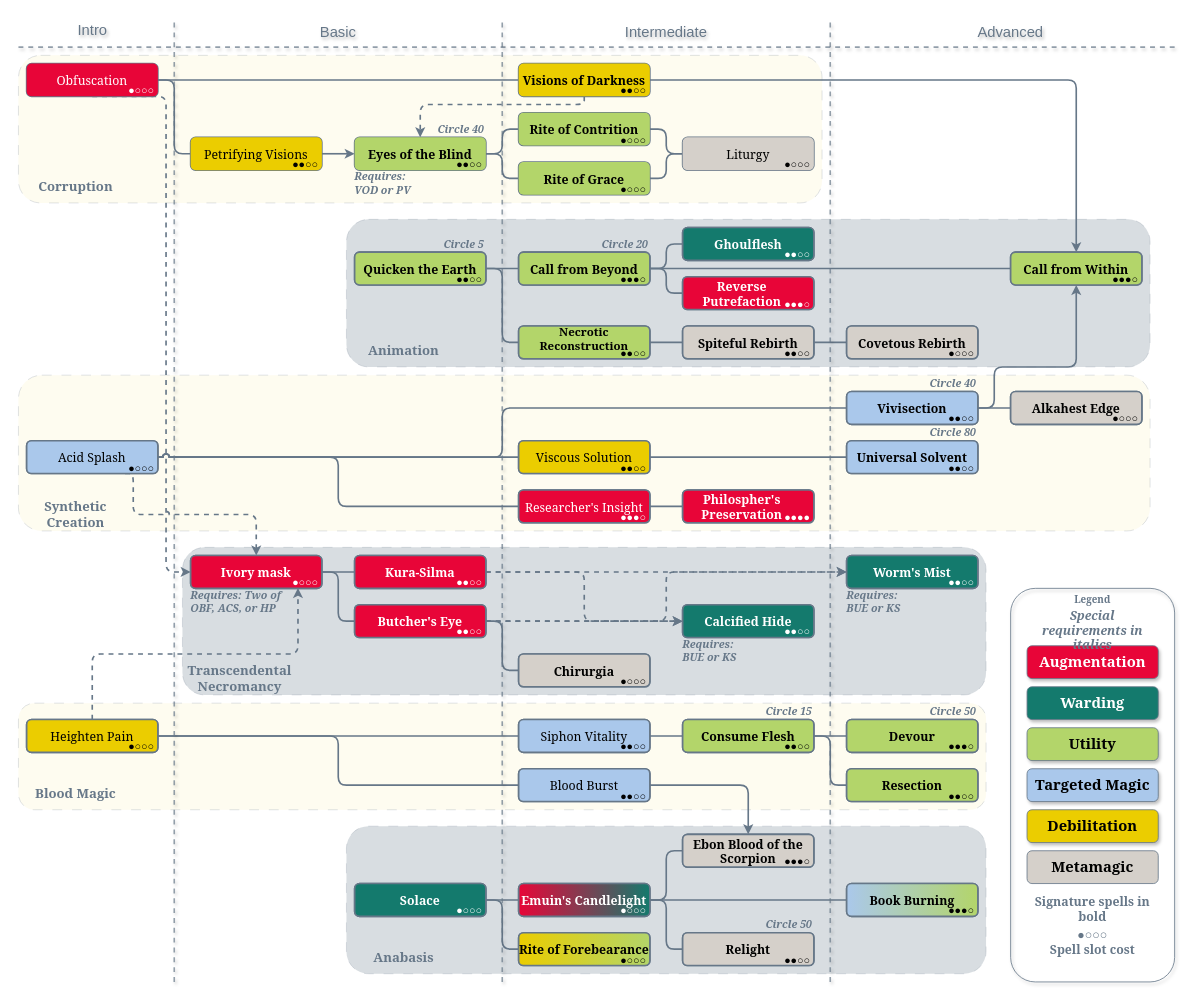
Before: Necromancer/Necromancer.drawio in MahtraDR/dr-spell-trees, a draw.io diagram. Source tidied: cells renumbered, new cells numbered last; positions are measured from the earlier drawing's top-left corner, leaving out a move shared by most shapes. Both pictures are drawn from the tidied source at 82%, with x=0, y=0 at pixel (18, 14).
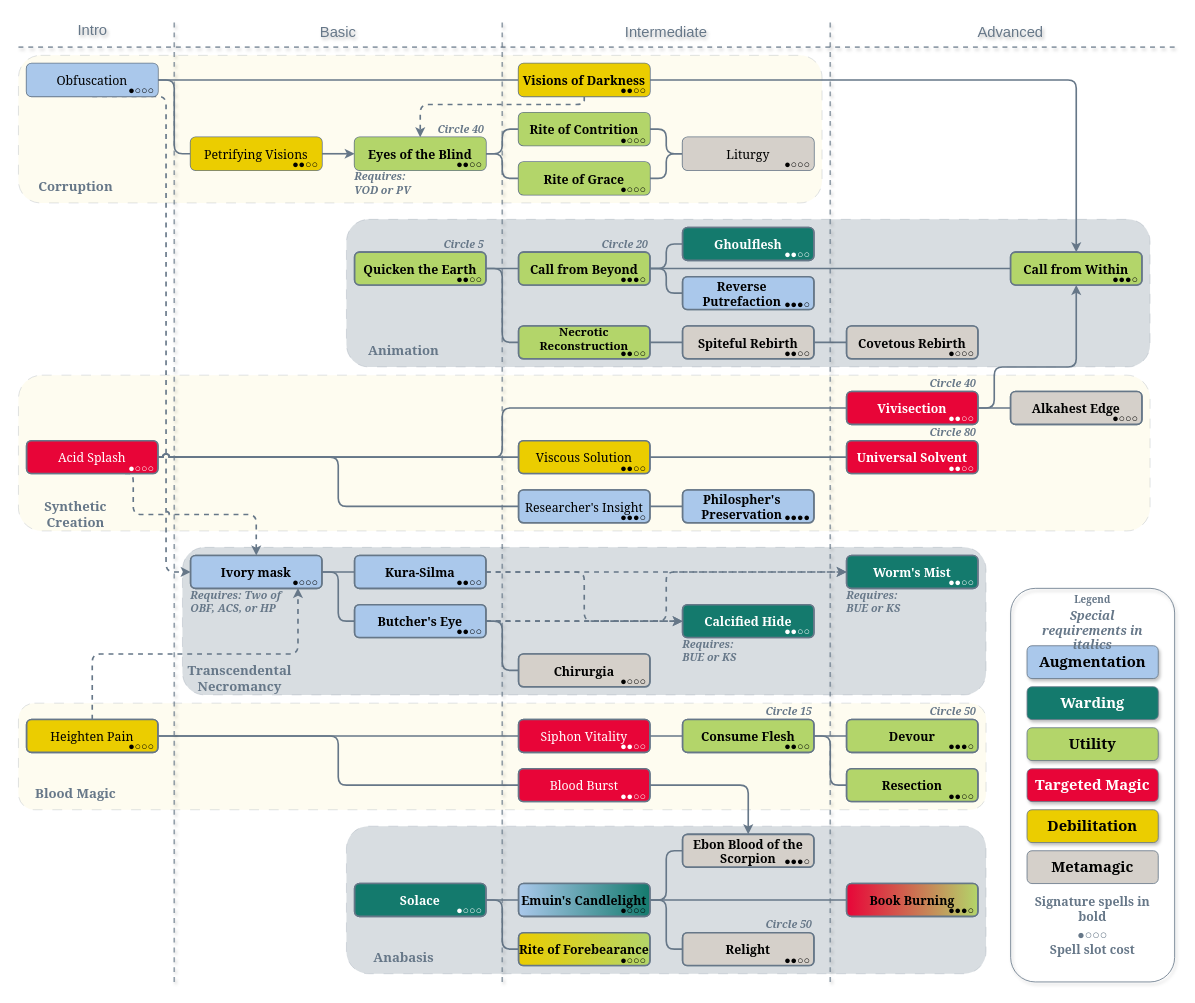
The same diagram, later.

Commit message:
Switched colors between Aug and TM

Diff of the diagram source:
```diff
@@
-    <mxCell id="111" value="Targeted Magic" style="rounded=1;whiteSpace=wrap;fillColor=#AAC8EB;labelBackgroundColor=none;fontFamily=Georgia;fontSize=18;strokeColor=#667788;shadow=1;glass=0;strokeWidth=1;align=center;fontStyle=1;verticalAlign=middle;fontColor=#000000;textShadow=0;" parent="99" vertex="1">
+    <mxCell id="111" value="Targeted Magic" style="rounded=1;whiteSpace=wrap;fillColor=#E80538;labelBackgroundColor=none;fontFamily=Georgia;fontSize=18;strokeColor=#667788;shadow=1;glass=0;strokeWidth=1;align=center;fontStyle=1;verticalAlign=middle;fontColor=#FFFFFF;textShadow=0;" parent="99" vertex="1">
       <mxGeometry x="1230" y="920" width="160" height="40" as="geometry" />
     </mxCell>
@@
-    <mxCell id="114" value="Augmentation" style="rounded=1;whiteSpace=wrap;fillColor=#E80538;labelBackgroundColor=none;fontFamily=Georgia;fontSize=18;strokeColor=#667788;shadow=1;glass=0;strokeWidth=1;fontColor=#FFFFFF;align=center;fontStyle=1;verticalAlign=middle;textShadow=0;" parent="99" vertex="1">
+    <mxCell id="114" value="Augmentation" style="rounded=1;whiteSpace=wrap;fillColor=#AAC8EB;labelBackgroundColor=none;fontFamily=Georgia;fontSize=18;strokeColor=#667788;shadow=1;glass=0;strokeWidth=1;fontColor=#000000;align=center;fontStyle=1;verticalAlign=middle;textShadow=0;" parent="99" vertex="1">
       <mxGeometry x="1230" y="770" width="160" height="40" as="geometry" />
     </mxCell>
@@
-    <mxCell id="119" style="rounded=1;whiteSpace=wrap;strokeWidth=2;strokeColor=none;textShadow=1;labelBackgroundColor=none;fillColor=#E80538;shadow=0;" parent="118" vertex="1">
+    <mxCell id="119" style="rounded=1;whiteSpace=wrap;strokeWidth=2;strokeColor=none;textShadow=1;labelBackgroundColor=none;fillColor=#AAC8EB;shadow=0;" parent="118" vertex="1">
       <mxGeometry x="10" y="60" width="160" height="40" as="geometry" />
     </mxCell>
@@
-    <mxCell id="127" style="rounded=1;whiteSpace=wrap;strokeWidth=2;strokeColor=#667788;textShadow=1;labelBackgroundColor=none;fillColor=#E80538;" parent="118" vertex="1">
+    <mxCell id="127" style="rounded=1;whiteSpace=wrap;strokeWidth=2;strokeColor=#667788;textShadow=1;labelBackgroundColor=none;fillColor=#AAC8EB;" parent="118" vertex="1">
       <mxGeometry x="810" y="320" width="160" height="40" as="geometry" />
     </mxCell>
@@
-    <mxCell id="134" style="rounded=1;whiteSpace=wrap;strokeWidth=2;strokeColor=#667788;textShadow=1;labelBackgroundColor=none;fillColor=#AAC8EB;" parent="118" vertex="1">
+    <mxCell id="134" style="rounded=1;whiteSpace=wrap;strokeWidth=2;strokeColor=#667788;textShadow=1;labelBackgroundColor=none;fillColor=#E80538;" parent="118" vertex="1">
       <mxGeometry x="1010" y="460" width="160" height="40" as="geometry" />
     </mxCell>
@@
-    <mxCell id="136" style="rounded=1;whiteSpace=wrap;strokeWidth=2;strokeColor=#667788;textShadow=1;labelBackgroundColor=none;fillColor=#AAC8EB;" parent="118" vertex="1">
+    <mxCell id="136" style="rounded=1;whiteSpace=wrap;strokeWidth=2;strokeColor=#667788;textShadow=1;labelBackgroundColor=none;fillColor=#E80538;" parent="118" vertex="1">
       <mxGeometry x="1010" y="520" width="160" height="40" as="geometry" />
     </mxCell>
@@
-    <mxCell id="138" style="rounded=1;whiteSpace=wrap;strokeWidth=2;strokeColor=#667788;textShadow=1;labelBackgroundColor=none;fillColor=#E80538;" parent="118" vertex="1">
+    <mxCell id="138" style="rounded=1;whiteSpace=wrap;strokeWidth=2;strokeColor=#667788;textShadow=1;labelBackgroundColor=none;fillColor=#AAC8EB;" parent="118" vertex="1">
       <mxGeometry x="610" y="580" width="160" height="40" as="geometry" />
     </mxCell>
-    <mxCell id="139" style="rounded=1;whiteSpace=wrap;strokeWidth=2;strokeColor=#667788;textShadow=1;labelBackgroundColor=none;fillColor=#E80538;" parent="118" vertex="1">
+    <mxCell id="139" style="rounded=1;whiteSpace=wrap;strokeWidth=2;strokeColor=#667788;textShadow=1;labelBackgroundColor=none;fillColor=#AAC8EB;" parent="118" vertex="1">
       <mxGeometry x="810" y="580" width="160" height="40" as="geometry" />
     </mxCell>
-    <mxCell id="140" style="rounded=1;whiteSpace=wrap;strokeWidth=2;strokeColor=#667788;textShadow=1;labelBackgroundColor=none;fillColor=#AAC8EB;" parent="118" vertex="1">
+    <mxCell id="140" style="rounded=1;whiteSpace=wrap;strokeWidth=2;strokeColor=#667788;textShadow=1;labelBackgroundColor=none;fillColor=#E80538;" parent="118" vertex="1">
       <mxGeometry x="10" y="520" width="160" height="40" as="geometry" />
     </mxCell>
@@
-    <mxCell id="142" style="rounded=1;whiteSpace=wrap;strokeWidth=2;strokeColor=#667788;textShadow=1;labelBackgroundColor=none;fillColor=#E80538;" parent="118" vertex="1">
+    <mxCell id="142" style="rounded=1;whiteSpace=wrap;strokeWidth=2;strokeColor=#667788;textShadow=1;labelBackgroundColor=none;fillColor=#AAC8EB;" parent="118" vertex="1">
       <mxGeometry x="410" y="660" width="160" height="40" as="geometry" />
     </mxCell>
-    <mxCell id="143" style="rounded=1;whiteSpace=wrap;strokeWidth=2;strokeColor=#667788;textShadow=1;labelBackgroundColor=none;fillColor=#E80538;" parent="118" vertex="1">
+    <mxCell id="143" style="rounded=1;whiteSpace=wrap;strokeWidth=2;strokeColor=#667788;textShadow=1;labelBackgroundColor=none;fillColor=#AAC8EB;" parent="118" vertex="1">
       <mxGeometry x="210" y="660" width="160" height="40" as="geometry" />
     </mxCell>
-    <mxCell id="144" style="rounded=1;whiteSpace=wrap;strokeWidth=2;strokeColor=#667788;textShadow=1;labelBackgroundColor=none;fillColor=#E80538;" parent="118" vertex="1">
+    <mxCell id="144" style="rounded=1;whiteSpace=wrap;strokeWidth=2;strokeColor=#667788;textShadow=1;labelBackgroundColor=none;fillColor=#AAC8EB;" parent="118" vertex="1">
       <mxGeometry x="410" y="720" width="160" height="40" as="geometry" />
     </mxCell>
@@
-    <mxCell id="148" style="rounded=1;whiteSpace=wrap;strokeWidth=2;strokeColor=#667788;textShadow=1;labelBackgroundColor=none;fillColor=#AAC8EB;" parent="118" vertex="1">
+    <mxCell id="148" style="rounded=1;whiteSpace=wrap;strokeWidth=2;strokeColor=#667788;textShadow=1;labelBackgroundColor=none;fillColor=#E80538;" parent="118" vertex="1">
       <mxGeometry x="610" y="860" width="160" height="40" as="geometry" />
     </mxCell>
-    <mxCell id="149" style="rounded=1;whiteSpace=wrap;strokeWidth=2;strokeColor=#667788;textShadow=1;labelBackgroundColor=none;fillColor=#AAC8EB;" parent="118" vertex="1">
+    <mxCell id="149" style="rounded=1;whiteSpace=wrap;strokeWidth=2;strokeColor=#667788;textShadow=1;labelBackgroundColor=none;fillColor=#E80538;" parent="118" vertex="1">
       <mxGeometry x="610" y="920" width="160" height="40" as="geometry" />
     </mxCell>
@@
-    <mxCell id="154" style="rounded=1;whiteSpace=wrap;strokeWidth=2;strokeColor=#667788;textShadow=1;labelBackgroundColor=none;fillColor=#E80538;gradientColor=#147A6D;gradientDirection=east;" parent="118" vertex="1">
+    <mxCell id="154" style="rounded=1;whiteSpace=wrap;strokeWidth=2;strokeColor=#667788;textShadow=1;labelBackgroundColor=none;fillColor=#AAC8EB;gradientColor=#147A6D;gradientDirection=east;" parent="118" vertex="1">
       <mxGeometry x="610" y="1060" width="160" height="40" as="geometry" />
     </mxCell>
@@
-    <mxCell id="158" style="rounded=1;whiteSpace=wrap;strokeWidth=2;strokeColor=#667788;textShadow=1;labelBackgroundColor=none;fillColor=#AAC8EB;gradientColor=#B3D56A;gradientDirection=east;" parent="118" vertex="1">
+    <mxCell id="158" style="rounded=1;whiteSpace=wrap;strokeWidth=2;strokeColor=#667788;textShadow=1;labelBackgroundColor=none;fillColor=#E80538;gradientColor=#B3D56A;gradientDirection=east;" parent="118" vertex="1">
       <mxGeometry x="1010" y="1060" width="160" height="40" as="geometry" />
     </mxCell>
@@
-    <mxCell id="160" value="Obfuscation" style="text;align=center;verticalAlign=middle;whiteSpace=wrap;rounded=0;fontFamily=Georgia;fontSize=15;fontColor=#FFFFFF;labelBackgroundColor=none;fillColor=none;" parent="159" vertex="1">
+    <mxCell id="160" value="Obfuscation" style="text;align=center;verticalAlign=middle;whiteSpace=wrap;rounded=0;fontFamily=Georgia;fontSize=15;fontColor=#000000;labelBackgroundColor=none;fillColor=none;" parent="159" vertex="1">
       <mxGeometry x="10" y="60" width="160" height="40" as="geometry" />
     </mxCell>
@@
-    <mxCell id="171" value="Reverse Putrefaction" style="text;align=center;verticalAlign=middle;whiteSpace=wrap;rounded=0;fontFamily=Georgia;fontSize=15;fontColor=#FFFFFF;labelBackgroundColor=none;fontStyle=1;fillColor=none;spacing=0;spacingBottom=0;spacingTop=0;spacingRight=15;" parent="159" vertex="1">
+    <mxCell id="171" value="Reverse Putrefaction" style="text;align=center;verticalAlign=middle;whiteSpace=wrap;rounded=0;fontFamily=Georgia;fontSize=15;fontColor=#000000;labelBackgroundColor=none;fontStyle=1;fillColor=none;spacing=0;spacingBottom=0;spacingTop=0;spacingRight=15;" parent="159" vertex="1">
       <mxGeometry x="810" y="320" width="160" height="40" as="geometry" />
     </mxCell>
@@
-    <mxCell id="176" value="Vivisection" style="text;align=center;verticalAlign=middle;whiteSpace=wrap;rounded=0;fontFamily=Georgia;fontSize=15;fontColor=#000000;labelBackgroundColor=none;fontStyle=1;fillColor=none;" parent="159" vertex="1">
+    <mxCell id="176" value="Vivisection" style="text;align=center;verticalAlign=middle;whiteSpace=wrap;rounded=0;fontFamily=Georgia;fontSize=15;fontColor=#FFFFFF;labelBackgroundColor=none;fontStyle=1;fillColor=none;" parent="159" vertex="1">
       <mxGeometry x="1010" y="460" width="160" height="40" as="geometry" />
     </mxCell>
-    <mxCell id="177" value="Universal Solvent" style="text;align=center;verticalAlign=middle;whiteSpace=wrap;rounded=0;fontFamily=Georgia;fontSize=15;fontColor=#000000;labelBackgroundColor=none;fontStyle=1;fillColor=none;" parent="159" vertex="1">
+    <mxCell id="177" value="Universal Solvent" style="text;align=center;verticalAlign=middle;whiteSpace=wrap;rounded=0;fontFamily=Georgia;fontSize=15;fontColor=#FFFFFF;labelBackgroundColor=none;fontStyle=1;fillColor=none;" parent="159" vertex="1">
       <mxGeometry x="1010" y="520" width="160" height="40" as="geometry" />
     </mxCell>
-    <mxCell id="178" value="Philospher's Preservation" style="text;align=center;verticalAlign=middle;whiteSpace=wrap;rounded=0;fontFamily=Georgia;fontSize=15;fontColor=#FFFFFF;labelBackgroundColor=none;fontStyle=1;fillColor=none;spacing=0;spacingRight=15;" parent="159" vertex="1">
+    <mxCell id="178" value="Philospher's Preservation" style="text;align=center;verticalAlign=middle;whiteSpace=wrap;rounded=0;fontFamily=Georgia;fontSize=15;fontColor=#000000;labelBackgroundColor=none;fontStyle=1;fillColor=none;spacing=0;spacingRight=15;" parent="159" vertex="1">
       <mxGeometry x="810" y="580" width="160" height="40" as="geometry" />
     </mxCell>
@@
-    <mxCell id="180" value="Researcher's Insight" style="text;align=center;verticalAlign=middle;whiteSpace=wrap;rounded=0;fontFamily=Georgia;fontSize=15;fontColor=#FFFFFF;labelBackgroundColor=none;fillColor=none;" parent="159" vertex="1">
+    <mxCell id="180" value="Researcher's Insight" style="text;align=center;verticalAlign=middle;whiteSpace=wrap;rounded=0;fontFamily=Georgia;fontSize=15;fontColor=#000000;labelBackgroundColor=none;fillColor=none;" parent="159" vertex="1">
       <mxGeometry x="610" y="580" width="160" height="40" as="geometry" />
     </mxCell>
-    <mxCell id="181" value="Acid Splash" style="text;align=center;verticalAlign=middle;whiteSpace=wrap;rounded=0;fontFamily=Georgia;fontSize=15;fontColor=#000000;labelBackgroundColor=none;fillColor=none;" parent="159" vertex="1">
+    <mxCell id="181" value="Acid Splash" style="text;align=center;verticalAlign=middle;whiteSpace=wrap;rounded=0;fontFamily=Georgia;fontSize=15;fontColor=#FFFFFF;labelBackgroundColor=none;fillColor=none;" parent="159" vertex="1">
       <mxGeometry x="10" y="520" width="160" height="40" as="geometry" />
     </mxCell>
-    <mxCell id="182" value="Ivory mask" style="text;align=center;verticalAlign=middle;whiteSpace=wrap;rounded=0;fontFamily=Georgia;fontSize=15;fontColor=#FFFFFF;labelBackgroundColor=none;fontStyle=1;fillColor=none;" parent="159" vertex="1">
+    <mxCell id="182" value="Ivory mask" style="text;align=center;verticalAlign=middle;whiteSpace=wrap;rounded=0;fontFamily=Georgia;fontSize=15;fontColor=#000000;labelBackgroundColor=none;fontStyle=1;fillColor=none;" parent="159" vertex="1">
       <mxGeometry x="210" y="660" width="160" height="40" as="geometry" />
     </mxCell>
-    <mxCell id="183" value="Kura-Silma" style="text;align=center;verticalAlign=middle;whiteSpace=wrap;rounded=0;fontFamily=Georgia;fontSize=15;fontColor=#FFFFFF;labelBackgroundColor=none;fontStyle=1;fillColor=none;" parent="159" vertex="1">
+    <mxCell id="183" value="Kura-Silma" style="text;align=center;verticalAlign=middle;whiteSpace=wrap;rounded=0;fontFamily=Georgia;fontSize=15;fontColor=#000000;labelBackgroundColor=none;fontStyle=1;fillColor=none;" parent="159" vertex="1">
       <mxGeometry x="410" y="660" width="160" height="40" as="geometry" />
     </mxCell>
@@
-    <mxCell id="185" value="Butcher's Eye" style="text;align=center;verticalAlign=middle;whiteSpace=wrap;rounded=0;fontFamily=Georgia;fontSize=15;fontColor=#FFFFFF;labelBackgroundColor=none;fontStyle=1;fillColor=none;" parent="159" vertex="1">
+    <mxCell id="185" value="Butcher's Eye" style="text;align=center;verticalAlign=middle;whiteSpace=wrap;rounded=0;fontFamily=Georgia;fontSize=15;fontColor=#000000;labelBackgroundColor=none;fontStyle=1;fillColor=none;" parent="159" vertex="1">
       <mxGeometry x="410" y="720" width="160" height="40" as="geometry" />
     </mxCell>
-    <mxCell id="186" value="Siphon Vitality" style="text;align=center;verticalAlign=middle;whiteSpace=wrap;rounded=0;fontFamily=Georgia;fontSize=15;fontColor=#000000;labelBackgroundColor=none;fillColor=none;" parent="159" vertex="1">
+    <mxCell id="186" value="Siphon Vitality" style="text;align=center;verticalAlign=middle;whiteSpace=wrap;rounded=0;fontFamily=Georgia;fontSize=15;fontColor=#FFFFFF;labelBackgroundColor=none;fillColor=none;" parent="159" vertex="1">
       <mxGeometry x="610" y="860" width="160" height="40" as="geometry" />
     </mxCell>
@@
-    <mxCell id="193" value="Emuin's Candlelight" style="text;align=center;verticalAlign=middle;whiteSpace=wrap;rounded=0;fontFamily=Georgia;fontSize=15;fontColor=#FFFFFF;labelBackgroundColor=none;fontStyle=1;fillColor=none;gradientColor=#147A6D;gradientDirection=east;" parent="159" vertex="1">
+    <mxCell id="193" value="Emuin's Candlelight" style="text;align=center;verticalAlign=middle;whiteSpace=wrap;rounded=0;fontFamily=Georgia;fontSize=15;fontColor=#000000;labelBackgroundColor=none;fontStyle=1;fillColor=none;gradientColor=#147A6D;gradientDirection=east;" parent="159" vertex="1">
       <mxGeometry x="610" y="1060" width="160" height="40" as="geometry" />
     </mxCell>
@@
-    <mxCell id="199" value="Blood Burst" style="text;align=center;verticalAlign=middle;whiteSpace=wrap;rounded=0;fontFamily=Georgia;fontSize=15;fontColor=#000000;labelBackgroundColor=none;fillColor=none;" parent="159" vertex="1">
+    <mxCell id="199" value="Blood Burst" style="text;align=center;verticalAlign=middle;whiteSpace=wrap;rounded=0;fontFamily=Georgia;fontSize=15;fontColor=#FFFFFF;labelBackgroundColor=none;fillColor=none;" parent="159" vertex="1">
       <mxGeometry x="610" y="920" width="160" height="40" as="geometry" />
     </mxCell>
@@
-    <mxCell id="201" value="●○○○" style="text;align=center;verticalAlign=middle;rounded=0;fontFamily=Helvetica;fontSize=13;fontColor=#FFFFFF;labelBackgroundColor=none;spacing=0;spacingTop=0;spacingBottom=-5;fillColor=none;" parent="200" vertex="1">
+    <mxCell id="201" value="●○○○" style="text;align=center;verticalAlign=middle;rounded=0;fontFamily=Helvetica;fontSize=13;fontColor=#000000;labelBackgroundColor=none;spacing=0;spacingTop=0;spacingBottom=-5;fillColor=none;" parent="200" vertex="1">
       <mxGeometry x="130" y="80" width="40" height="20" as="geometry" />
     </mxCell>
@@
-    <mxCell id="206" value="●○○○" style="text;align=center;verticalAlign=middle;rounded=0;fontFamily=Helvetica;fontSize=13;fontColor=default;labelBackgroundColor=none;spacing=0;spacingTop=0;spacingBottom=-5;fillColor=none;" parent="200" vertex="1">
+    <mxCell id="206" value="●○○○" style="text;align=center;verticalAlign=middle;rounded=0;fontFamily=Helvetica;fontSize=13;fontColor=#FFFFFF;labelBackgroundColor=none;spacing=0;spacingTop=0;spacingBottom=-5;fillColor=none;" parent="200" vertex="1">
       <mxGeometry x="130" y="540" width="40" height="20" as="geometry" />
     </mxCell>
-    <mxCell id="207" value="●○○○" style="text;align=center;verticalAlign=middle;rounded=0;fontFamily=Helvetica;fontSize=13;fontColor=#FFFFFF;labelBackgroundColor=none;spacing=0;spacingTop=0;spacingBottom=-5;fillColor=none;" parent="200" vertex="1">
+    <mxCell id="207" value="●○○○" style="text;align=center;verticalAlign=middle;rounded=0;fontFamily=Helvetica;fontSize=13;fontColor=#000000;labelBackgroundColor=none;spacing=0;spacingTop=0;spacingBottom=-5;fillColor=none;" parent="200" vertex="1">
       <mxGeometry x="330" y="680" width="40" height="20" as="geometry" />
     </mxCell>
@@
-    <mxCell id="211" value="●○○○" style="text;align=center;verticalAlign=middle;rounded=0;fontFamily=Helvetica;fontSize=13;fontColor=#FFFFFF;labelBackgroundColor=none;spacing=0;spacingTop=0;spacingBottom=-5;fillColor=none;" parent="200" vertex="1">
+    <mxCell id="211" value="●○○○" style="text;align=center;verticalAlign=middle;rounded=0;fontFamily=Helvetica;fontSize=13;fontColor=#000000;labelBackgroundColor=none;spacing=0;spacingTop=0;spacingBottom=-5;fillColor=none;" parent="200" vertex="1">
       <mxGeometry x="730" y="1080" width="40" height="20" as="geometry" />
     </mxCell>
@@
-    <mxCell id="221" value="●●○○" style="text;align=center;verticalAlign=middle;rounded=0;fontFamily=Helvetica;fontSize=13;fontColor=default;labelBackgroundColor=none;spacing=0;spacingTop=0;spacingBottom=-5;fillColor=none;" parent="200" vertex="1">
+    <mxCell id="221" value="●●○○" style="text;align=center;verticalAlign=middle;rounded=0;fontFamily=Helvetica;fontSize=13;fontColor=#FFFFFF;labelBackgroundColor=none;spacing=0;spacingTop=0;spacingBottom=-5;fillColor=none;" parent="200" vertex="1">
       <mxGeometry x="1130" y="480" width="40" height="20" as="geometry" />
     </mxCell>
-    <mxCell id="222" value="●●○○" style="text;align=center;verticalAlign=middle;rounded=0;fontFamily=Helvetica;fontSize=13;fontColor=default;labelBackgroundColor=none;spacing=0;spacingTop=0;spacingBottom=-5;fillColor=none;" parent="200" vertex="1">
+    <mxCell id="222" value="●●○○" style="text;align=center;verticalAlign=middle;rounded=0;fontFamily=Helvetica;fontSize=13;fontColor=#FFFFFF;labelBackgroundColor=none;spacing=0;spacingTop=0;spacingBottom=-5;fillColor=none;" parent="200" vertex="1">
       <mxGeometry x="1130" y="540" width="40" height="20" as="geometry" />
     </mxCell>
@@
-    <mxCell id="225" value="●●○○" style="text;align=center;verticalAlign=middle;rounded=0;fontFamily=Helvetica;fontSize=13;fontColor=#FFFFFF;labelBackgroundColor=none;spacing=0;spacingTop=0;spacingBottom=-5;fillColor=none;" parent="200" vertex="1">
+    <mxCell id="225" value="●●○○" style="text;align=center;verticalAlign=middle;rounded=0;fontFamily=Helvetica;fontSize=13;fontColor=#000000;labelBackgroundColor=none;spacing=0;spacingTop=0;spacingBottom=-5;fillColor=none;" parent="200" vertex="1">
       <mxGeometry x="530" y="680" width="40" height="20" as="geometry" />
     </mxCell>
-    <mxCell id="226" value="●●○○" style="text;align=center;verticalAlign=middle;rounded=0;fontFamily=Helvetica;fontSize=13;fontColor=default;labelBackgroundColor=none;spacing=0;spacingTop=0;spacingBottom=-5;fillColor=none;" parent="200" vertex="1">
+    <mxCell id="226" value="●●○○" style="text;align=center;verticalAlign=middle;rounded=0;fontFamily=Helvetica;fontSize=13;fontColor=#FFFFFF;labelBackgroundColor=none;spacing=0;spacingTop=0;spacingBottom=-5;fillColor=none;" parent="200" vertex="1">
       <mxGeometry x="730" y="880" width="40" height="20" as="geometry" />
     </mxCell>
-    <mxCell id="227" value="●●○○" style="text;align=center;verticalAlign=middle;rounded=0;fontFamily=Helvetica;fontSize=13;fontColor=default;labelBackgroundColor=none;spacing=0;spacingTop=0;spacingBottom=-5;fillColor=none;" parent="200" vertex="1">
+    <mxCell id="227" value="●●○○" style="text;align=center;verticalAlign=middle;rounded=0;fontFamily=Helvetica;fontSize=13;fontColor=#FFFFFF;labelBackgroundColor=none;spacing=0;spacingTop=0;spacingBottom=-5;fillColor=none;" parent="200" vertex="1">
       <mxGeometry x="730" y="940" width="40" height="20" as="geometry" />
     </mxCell>
@@
-    <mxCell id="232" value="●●●○" style="text;align=center;verticalAlign=middle;rounded=0;fontFamily=Helvetica;fontSize=13;fontColor=#FFFFFF;labelBackgroundColor=none;spacing=0;spacingTop=0;spacingBottom=-5;fillColor=none;" parent="200" vertex="1">
+    <mxCell id="232" value="●●●○" style="text;align=center;verticalAlign=middle;rounded=0;fontFamily=Helvetica;fontSize=13;fontColor=#000000;labelBackgroundColor=none;spacing=0;spacingTop=0;spacingBottom=-5;fillColor=none;" parent="200" vertex="1">
       <mxGeometry x="930" y="340" width="40" height="20" as="geometry" />
     </mxCell>
@@
-    <mxCell id="234" value="●●●○" style="text;align=center;verticalAlign=middle;rounded=0;fontFamily=Helvetica;fontSize=13;fontColor=#FFFFFF;labelBackgroundColor=none;spacing=0;spacingTop=0;spacingBottom=-5;fillColor=none;" parent="200" vertex="1">
+    <mxCell id="234" value="●●●○" style="text;align=center;verticalAlign=middle;rounded=0;fontFamily=Helvetica;fontSize=13;fontColor=#000000;labelBackgroundColor=none;spacing=0;spacingTop=0;spacingBottom=-5;fillColor=none;" parent="200" vertex="1">
       <mxGeometry x="730" y="600" width="40" height="20" as="geometry" />
     </mxCell>
@@
-    <mxCell id="238" value="●●○○" style="text;align=center;verticalAlign=middle;rounded=0;fontFamily=Helvetica;fontSize=13;fontColor=#FFFFFF;labelBackgroundColor=none;spacing=0;spacingTop=0;spacingBottom=-5;fillColor=none;" parent="200" vertex="1">
+    <mxCell id="238" value="●●○○" style="text;align=center;verticalAlign=middle;rounded=0;fontFamily=Helvetica;fontSize=13;fontColor=#000000;labelBackgroundColor=none;spacing=0;spacingTop=0;spacingBottom=-5;fillColor=none;" parent="200" vertex="1">
       <mxGeometry x="530" y="740" width="40" height="20" as="geometry" />
     </mxCell>
-    <mxCell id="239" value="●●●●" style="text;align=center;verticalAlign=middle;rounded=0;fontFamily=Helvetica;fontSize=13;fontColor=#FFFFFF;labelBackgroundColor=none;spacing=0;spacingTop=0;spacingBottom=-5;fillColor=none;" parent="200" vertex="1">
+    <mxCell id="239" value="●●●●" style="text;align=center;verticalAlign=middle;rounded=0;fontFamily=Helvetica;fontSize=13;fontColor=#000000;labelBackgroundColor=none;spacing=0;spacingTop=0;spacingBottom=-5;fillColor=none;" parent="200" vertex="1">
       <mxGeometry x="930" y="600" width="40" height="20" as="geometry" />
     </mxCell>
```
